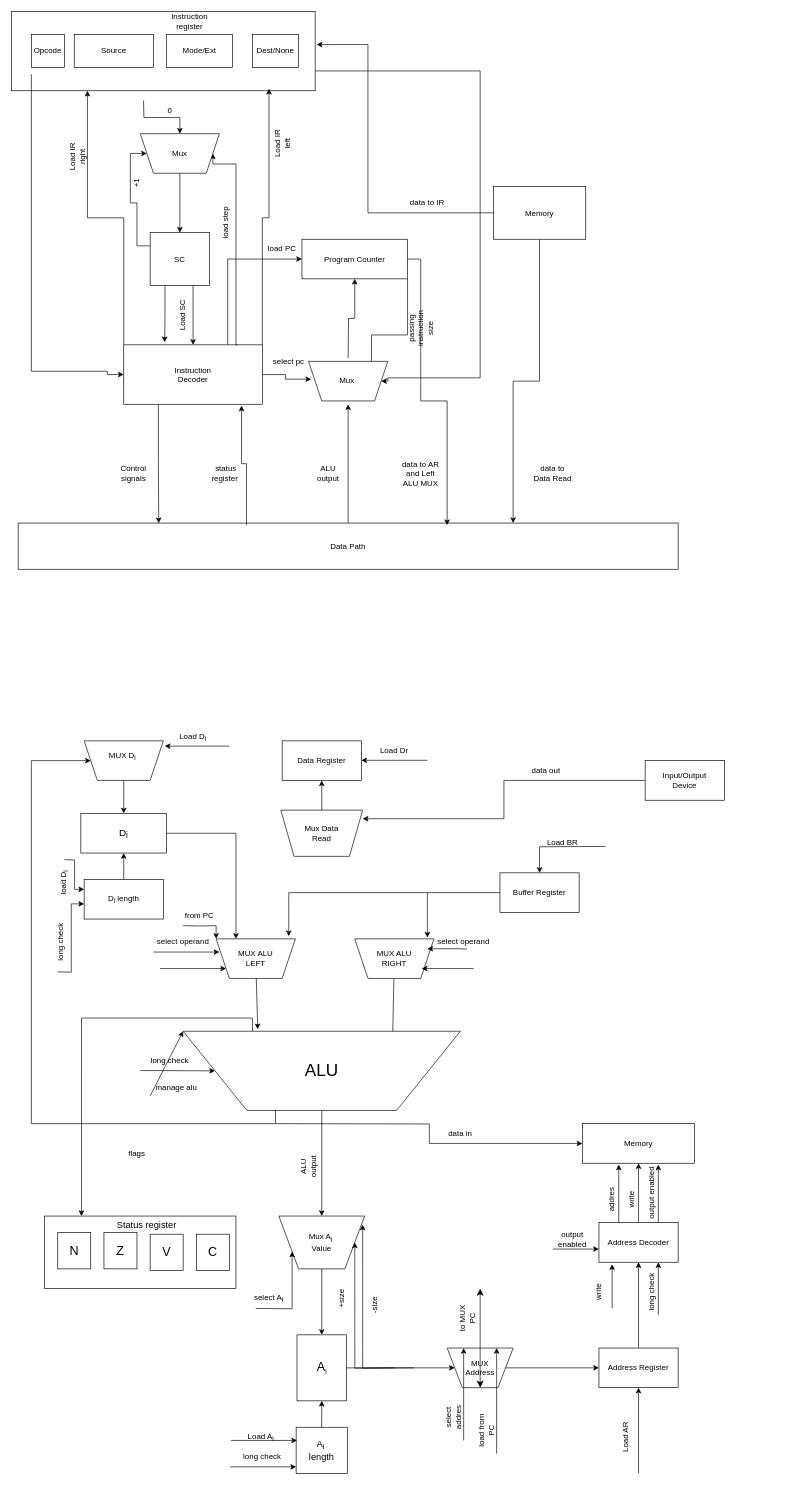
Before: scheme.drawio in acrighthere/VTDungeon, a draw.io diagram. Source tidied: cells renumbered, new cells numbered last; positions are measured from the earlier drawing's top-left corner, leaving out a move shared by most shapes. Both pictures are drawn from the tidied source at 66%, with x=0, y=0 at pixel (11, 11).
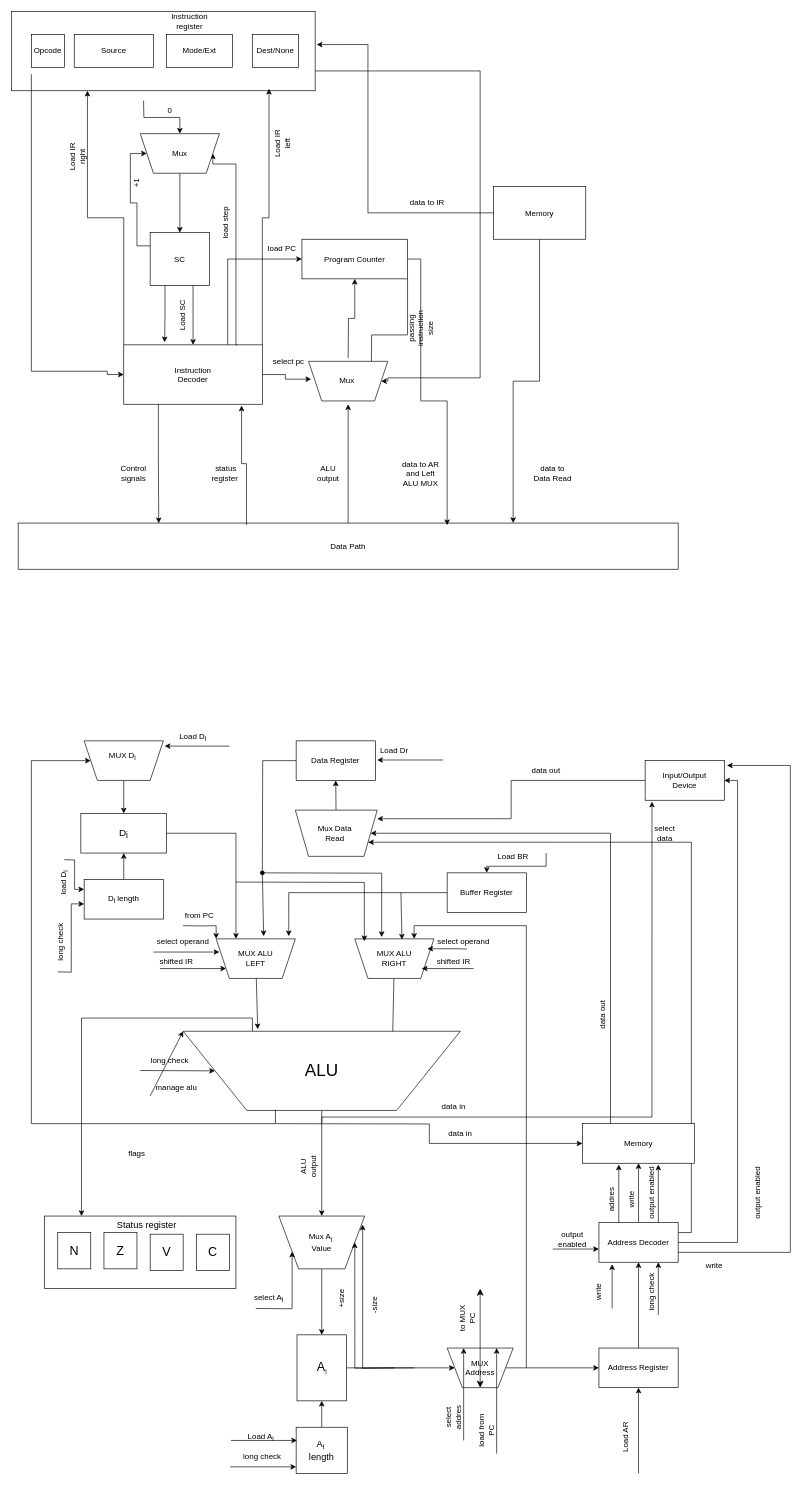
Above is the later version.

Unchanged cells that the change refers to:
```xml
<mxCell id="71" style="shape=trapezoid;perimeter=trapezoidPerimeter;whiteSpace=wrap;html=1;fixedSize=1;rotation=-180;" parent="1" vertex="1">
  <mxGeometry x="310" y="1405" width="120" height="60" as="geometry" />
</mxCell>
<mxCell id="73" style="shape=trapezoid;perimeter=trapezoidPerimeter;whiteSpace=wrap;html=1;fixedSize=1;rotation=-180;" parent="1" vertex="1">
  <mxGeometry x="520" y="1405" width="120" height="60" as="geometry" />
</mxCell>
<mxCell id="103" value="Address Decoder" style="whiteSpace=wrap;html=1;" parent="1" vertex="1">
  <mxGeometry x="890" y="1835" width="120" height="60" as="geometry" />
</mxCell>
<mxCell id="104" value="Memory" style="whiteSpace=wrap;html=1;" parent="1" vertex="1">
  <mxGeometry x="865" y="1685" width="170" height="60" as="geometry" />
</mxCell>
<mxCell id="147" value="Input/Output&lt;div&gt;Device&lt;/div&gt;" style="whiteSpace=wrap;html=1;" parent="1" vertex="1">
  <mxGeometry x="960" y="1135" width="120" height="60" as="geometry" />
</mxCell>
```

The edit, as a diff of the source:
```diff
@@
+    <mxCell id="153" style="edgeStyle=orthogonalEdgeStyle;rounded=0;jettySize=auto;html=1;endArrow=oval;endFill=1;" parent="1" edge="1" source="52">
+      <mxGeometry relative="1" as="geometry">
+        <mxPoint x="380" y="1305" as="targetPoint" />
+      </mxGeometry>
+    </mxCell>
     <mxCell id="52" value="Data Register" style="rounded=0;whiteSpace=wrap;html=1;" parent="1" vertex="1">
-      <mxGeometry x="410" y="1105" width="120" height="60" as="geometry" />
+      <mxGeometry x="431.2" y="1105" width="120" height="60" as="geometry" />
     </mxCell>
     <mxCell id="53" style="endArrow=classic;html=1;rounded=0;entryX=1;entryY=0.383;entryDx=0;entryDy=0;entryPerimeter=0;" parent="1" edge="1">
       <mxGeometry relative="1" as="geometry">
-        <mxPoint x="630" y="1134.5" as="sourcePoint" />
-        <mxPoint x="530" y="1134.5" as="targetPoint" />
+        <mxPoint x="654" y="1134" as="sourcePoint" />
+        <mxPoint x="554" y="1134" as="targetPoint" />
       </mxGeometry>
     </mxCell>
@@
     <mxCell id="65" style="shape=trapezoid;perimeter=trapezoidPerimeter;whiteSpace=wrap;html=1;fixedSize=1;rotation=-180;" parent="1" vertex="1">
-      <mxGeometry x="408" y="1210" width="124" height="70" as="geometry" />
+      <mxGeometry x="430" y="1210" width="124" height="70" as="geometry" />
     </mxCell>
     <mxCell id="66" value="Mux Data&lt;div&gt;Read&lt;/div&gt;" style="text;html=1;whiteSpace=wrap;strokeColor=none;fillColor=none;align=center;verticalAlign=middle;rounded=0;" parent="1" vertex="1">
-      <mxGeometry x="440" y="1230" width="60" height="30" as="geometry" />
+      <mxGeometry x="460" y="1230" width="60" height="30" as="geometry" />
     </mxCell>
@@
+    <mxCell id="154" style="edgeStyle=orthogonalEdgeStyle;rounded=0;jettySize=auto;html=1;entryX=1;entryY=0.5;entryDx=0;entryDy=0;" parent="1" edge="1" source="103" target="147">
+      <mxGeometry relative="1" as="geometry">
+        <Array as="points">
+          <mxPoint x="1100" y="1865" />
+          <mxPoint x="1100" y="1165" />
+        </Array>
+      </mxGeometry>
+    </mxCell>
+    <mxCell id="155" style="edgeStyle=orthogonalEdgeStyle;rounded=0;jettySize=auto;html=1;exitX=1;exitY=0.25;exitDx=0;exitDy=0;entryX=0;entryY=0.25;entryDx=0;entryDy=0;" parent="1" edge="1" source="103" target="65">
+      <mxGeometry relative="1" as="geometry">
+        <Array as="points">
+          <mxPoint x="1030" y="1850" />
+          <mxPoint x="1030" y="1259" />
+        </Array>
+      </mxGeometry>
+    </mxCell>
@@
+    <mxCell id="156" style="edgeStyle=orthogonalEdgeStyle;rounded=0;jettySize=auto;html=1;exitX=0.25;exitY=0;exitDx=0;exitDy=0;entryX=0;entryY=0.5;entryDx=0;entryDy=0;" parent="1" edge="1" source="104" target="65">
+      <mxGeometry relative="1" as="geometry">
+        <Array as="points">
+          <mxPoint x="907" y="1245" />
+        </Array>
+      </mxGeometry>
+    </mxCell>
@@
     <mxCell id="138" value="Buffer Register" style="whiteSpace=wrap;html=1;" parent="1" vertex="1">
-      <mxGeometry x="740" y="1305" width="120" height="60" as="geometry" />
+      <mxGeometry x="660" y="1305" width="120" height="60" as="geometry" />
     </mxCell>
@@
-    <mxCell id="140" style="edgeStyle=none;jettySize=auto;html=1;rounded=0;entryX=0.083;entryY=1.033;entryDx=0;entryDy=0;entryPerimeter=0;" parent="1" edge="1" target="73">
+    <mxCell id="140" style="edgeStyle=none;jettySize=auto;html=1;rounded=0;entryX=0.404;entryY=0.981;entryDx=0;entryDy=0;entryPerimeter=0;" parent="1" edge="1" target="73">
       <mxGeometry relative="1" as="geometry">
-        <mxPoint x="630" y="1335" as="sourcePoint" />
+        <mxPoint x="590" y="1335" as="sourcePoint" />
       </mxGeometry>
     </mxCell>
     <mxCell id="141" value="Load BR" style="text;html=1;whiteSpace=wrap;strokeColor=none;fillColor=none;align=center;verticalAlign=middle;rounded=0;" parent="1" vertex="1">
-      <mxGeometry x="805" y="1245" width="60" height="30" as="geometry" />
+      <mxGeometry x="730" y="1265" width="60" height="30" as="geometry" />
     </mxCell>
     <mxCell id="142" style="edgeStyle=orthogonalEdgeStyle;jettySize=auto;html=1;rounded=0;entryX=0.5;entryY=0;entryDx=0;entryDy=0;" parent="1" edge="1" target="138">
       <mxGeometry relative="1" as="geometry">
-        <mxPoint x="900" y="1265" as="sourcePoint" />
+        <mxPoint x="810" y="1275" as="sourcePoint" />
+        <Array as="points">
+          <mxPoint x="810" y="1295" />
+          <mxPoint x="720" y="1295" />
+        </Array>
       </mxGeometry>
     </mxCell>
@@
+    <mxCell id="157" value="data out" style="text;html=1;whiteSpace=wrap;strokeColor=none;fillColor=none;align=center;verticalAlign=middle;rounded=0;rotation=-90;" parent="1" vertex="1">
+      <mxGeometry x="865" y="1505" width="60" height="30" as="geometry" />
+    </mxCell>
+    <mxCell id="158" style="edgeStyle=orthogonalEdgeStyle;rounded=0;jettySize=auto;html=1;exitX=1;exitY=0.75;exitDx=0;exitDy=0;entryX=1.033;entryY=0.122;entryDx=0;entryDy=0;entryPerimeter=0;" parent="1" edge="1" source="103" target="147">
+      <mxGeometry relative="1" as="geometry">
+        <Array as="points">
+          <mxPoint x="1180" y="1880" />
+          <mxPoint x="1180" y="1142" />
+        </Array>
+      </mxGeometry>
+    </mxCell>
+    <mxCell id="159" value="select data" style="text;html=1;whiteSpace=wrap;strokeColor=none;fillColor=none;align=center;verticalAlign=middle;rounded=0;" parent="1" vertex="1">
+      <mxGeometry x="960" y="1230" width="60" height="30" as="geometry" />
+    </mxCell>
+    <mxCell id="160" value="write" style="text;html=1;whiteSpace=wrap;strokeColor=none;fillColor=none;align=center;verticalAlign=middle;rounded=0;" parent="1" vertex="1">
+      <mxGeometry x="1035" y="1885" width="60" height="30" as="geometry" />
+    </mxCell>
+    <mxCell id="161" value="output enabled" style="text;html=1;whiteSpace=wrap;strokeColor=none;fillColor=none;align=center;verticalAlign=middle;rounded=0;rotation=-90;" parent="1" vertex="1">
+      <mxGeometry x="1080" y="1775" width="100" height="30" as="geometry" />
+    </mxCell>
+    <mxCell id="162" style="edgeStyle=orthogonalEdgeStyle;jettySize=auto;html=1;rounded=0;exitX=0.5;exitY=0;exitDx=0;exitDy=0;entryX=0.086;entryY=1.034;entryDx=0;entryDy=0;entryPerimeter=0;" parent="1" edge="1" target="147">
+      <mxGeometry relative="1" as="geometry">
+        <mxPoint x="470" y="1684" as="sourcePoint" />
+        <Array as="points">
+          <mxPoint x="470" y="1675" />
+          <mxPoint x="970" y="1675" />
+        </Array>
+      </mxGeometry>
+    </mxCell>
+    <mxCell id="163" value="data in" style="text;html=1;whiteSpace=wrap;strokeColor=none;fillColor=none;align=center;verticalAlign=middle;rounded=0;" parent="1" vertex="1">
+      <mxGeometry x="640" y="1645" width="60" height="30" as="geometry" />
+    </mxCell>
+    <mxCell id="164" value="shifted IR" style="text;html=1;whiteSpace=wrap;strokeColor=none;fillColor=none;align=center;verticalAlign=middle;rounded=0;" parent="1" vertex="1">
+      <mxGeometry x="640" y="1425" width="60" height="30" as="geometry" />
+    </mxCell>
+    <mxCell id="165" value="shifted IR" style="text;html=1;whiteSpace=wrap;strokeColor=none;fillColor=none;align=center;verticalAlign=middle;rounded=0;" parent="1" vertex="1">
+      <mxGeometry x="220" y="1425" width="60" height="30" as="geometry" />
+    </mxCell>
+    <mxCell id="166" style="edgeStyle=orthogonalEdgeStyle;jettySize=auto;html=1;rounded=0;entryX=0.25;entryY=1;entryDx=0;entryDy=0;" parent="1" edge="1" target="73">
+      <mxGeometry relative="1" as="geometry">
+        <mxPoint x="780" y="2055" as="sourcePoint" />
+        <Array as="points">
+          <mxPoint x="780" y="1385" />
+          <mxPoint x="610" y="1385" />
+        </Array>
+      </mxGeometry>
+    </mxCell>
+    <mxCell id="167" style="edgeStyle=orthogonalEdgeStyle;jettySize=auto;html=1;rounded=0;entryX=0.66;entryY=1.046;entryDx=0;entryDy=0;entryPerimeter=0;" parent="1" edge="1" target="73">
+      <mxGeometry relative="1" as="geometry">
+        <mxPoint x="380" y="1305" as="sourcePoint" />
+      </mxGeometry>
+    </mxCell>
+    <mxCell id="168" style="edgeStyle=none;jettySize=auto;html=1;rounded=0;entryX=0.4;entryY=1.067;entryDx=0;entryDy=0;entryPerimeter=0;" parent="1" edge="1" target="71">
+      <mxGeometry relative="1" as="geometry">
+        <mxPoint x="380" y="1305" as="sourcePoint" />
+      </mxGeometry>
+    </mxCell>
+    <mxCell id="169" style="edgeStyle=orthogonalEdgeStyle;jettySize=auto;html=1;rounded=0;entryX=0.879;entryY=0.942;entryDx=0;entryDy=0;entryPerimeter=0;" parent="1" edge="1" target="73">
+      <mxGeometry relative="1" as="geometry">
+        <mxPoint x="340" y="1319" as="sourcePoint" />
+      </mxGeometry>
+    </mxCell>
```
